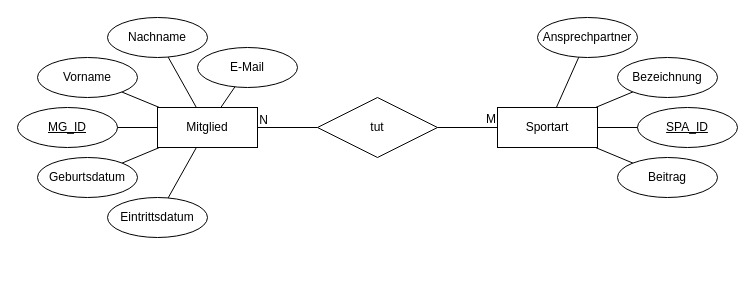
iPlays04/MitgliederverwaltungSportverein keeps this draw.io diagram as modelling/ERM.drawio. Above is the earlier version. Source tidied: cells renumbered, new cells numbered last; positions are measured from the earlier drawing's top-left corner, leaving out a move shared by most shapes. Both pictures are drawn from the tidied source at 100%, with x=0, y=0 at pixel (17, 17).
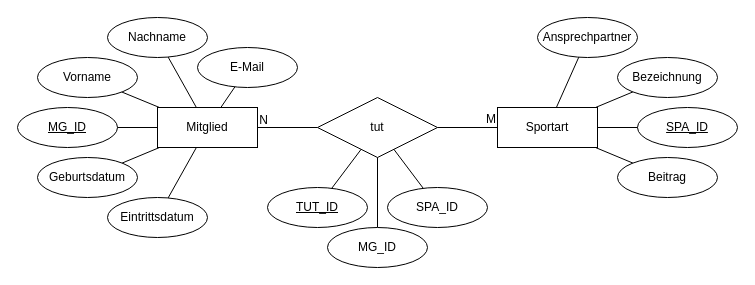
Above is the later version.

Commit message:
Add attrubutes to "tut" Relationship

The change refers to these unchanged cells:
```xml
<mxCell id="4" value="tut" style="shape=rhombus;perimeter=rhombusPerimeter;whiteSpace=wrap;html=1;align=center;" parent="1" vertex="1">
  <mxGeometry x="300" y="80" width="120" height="60" as="geometry" />
</mxCell>
```

What changed in the source:
```diff
@@
+    <mxCell id="29" style="endArrow=none;html=1;rounded=0;" parent="1" edge="1" source="33" target="4">
+      <mxGeometry relative="1" as="geometry" />
+    </mxCell>
+    <mxCell id="30" style="endArrow=none;html=1;rounded=0;" parent="1" edge="1" source="34" target="4">
+      <mxGeometry relative="1" as="geometry" />
+    </mxCell>
+    <mxCell id="31" value="TUT_ID" style="ellipse;whiteSpace=wrap;html=1;align=center;fontStyle=4;" parent="1" vertex="1">
+      <mxGeometry x="250" y="170" width="100" height="40" as="geometry" />
+    </mxCell>
+    <mxCell id="32" style="endArrow=none;html=1;rounded=0;" parent="1" edge="1" source="31" target="4">
+      <mxGeometry relative="1" as="geometry" />
+    </mxCell>
+    <mxCell id="33" value="MG_ID" style="ellipse;whiteSpace=wrap;html=1;align=center;" parent="1" vertex="1">
+      <mxGeometry x="310" y="210" width="100" height="40" as="geometry" />
+    </mxCell>
+    <mxCell id="34" value="SPA&lt;span style=&quot;background-color: transparent; color: light-dark(rgb(0, 0, 0), rgb(255, 255, 255));&quot;&gt;_ID&lt;/span&gt;" style="ellipse;whiteSpace=wrap;html=1;align=center;" parent="1" vertex="1">
+      <mxGeometry x="370" y="170" width="100" height="40" as="geometry" />
+    </mxCell>
```
